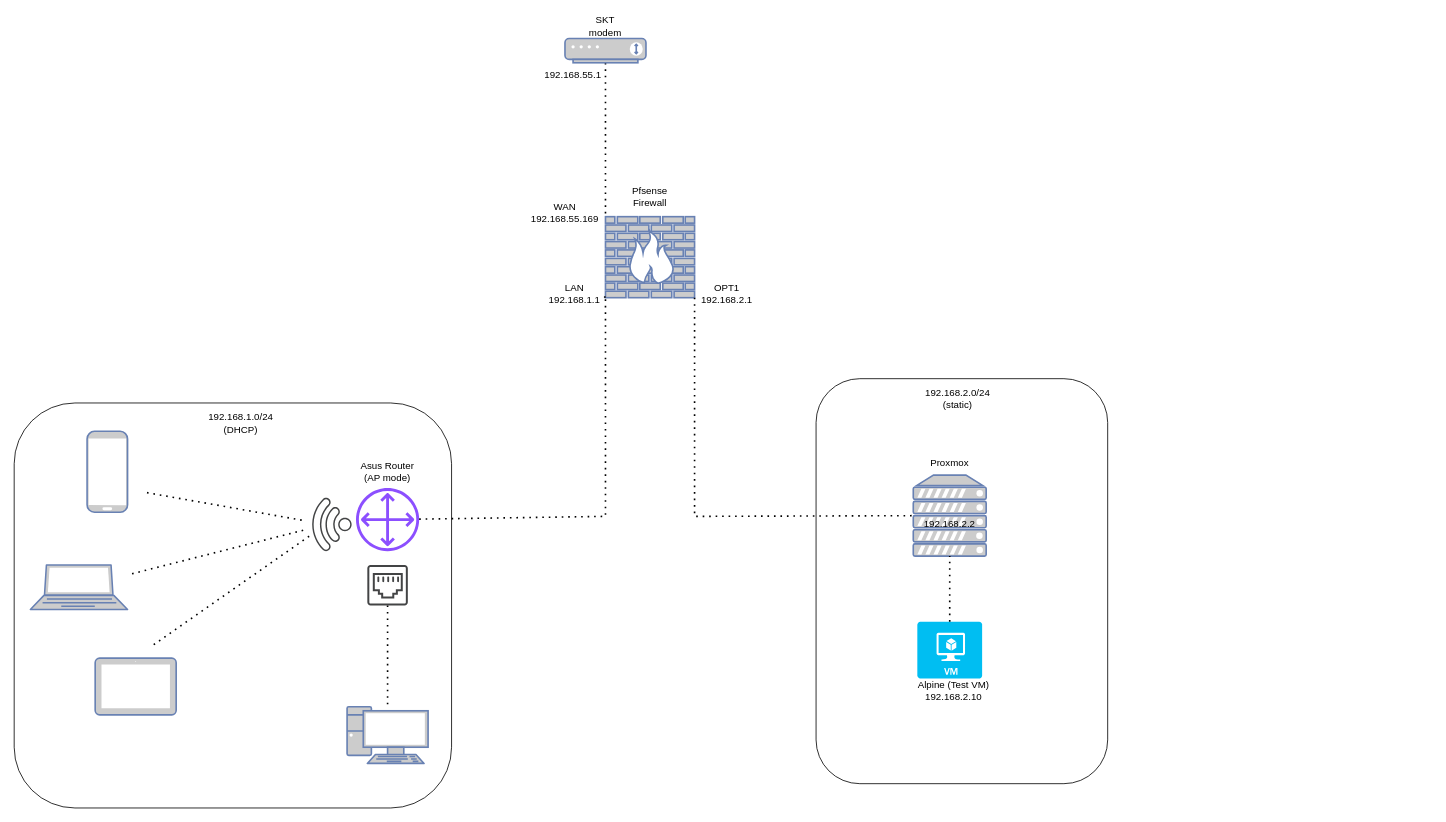
Earlier version of the draw.io diagram page "as-is" (1 of 2) of asdf.drawio (sudo-echo-jin/diagram). Source tidied: cells renumbered, new cells numbered last; positions are measured from the earlier drawing's top-left corner, leaving out a move shared by most shapes. Both pictures are drawn from the tidied source at 81%, with x=0, y=0 at pixel (14, 14).
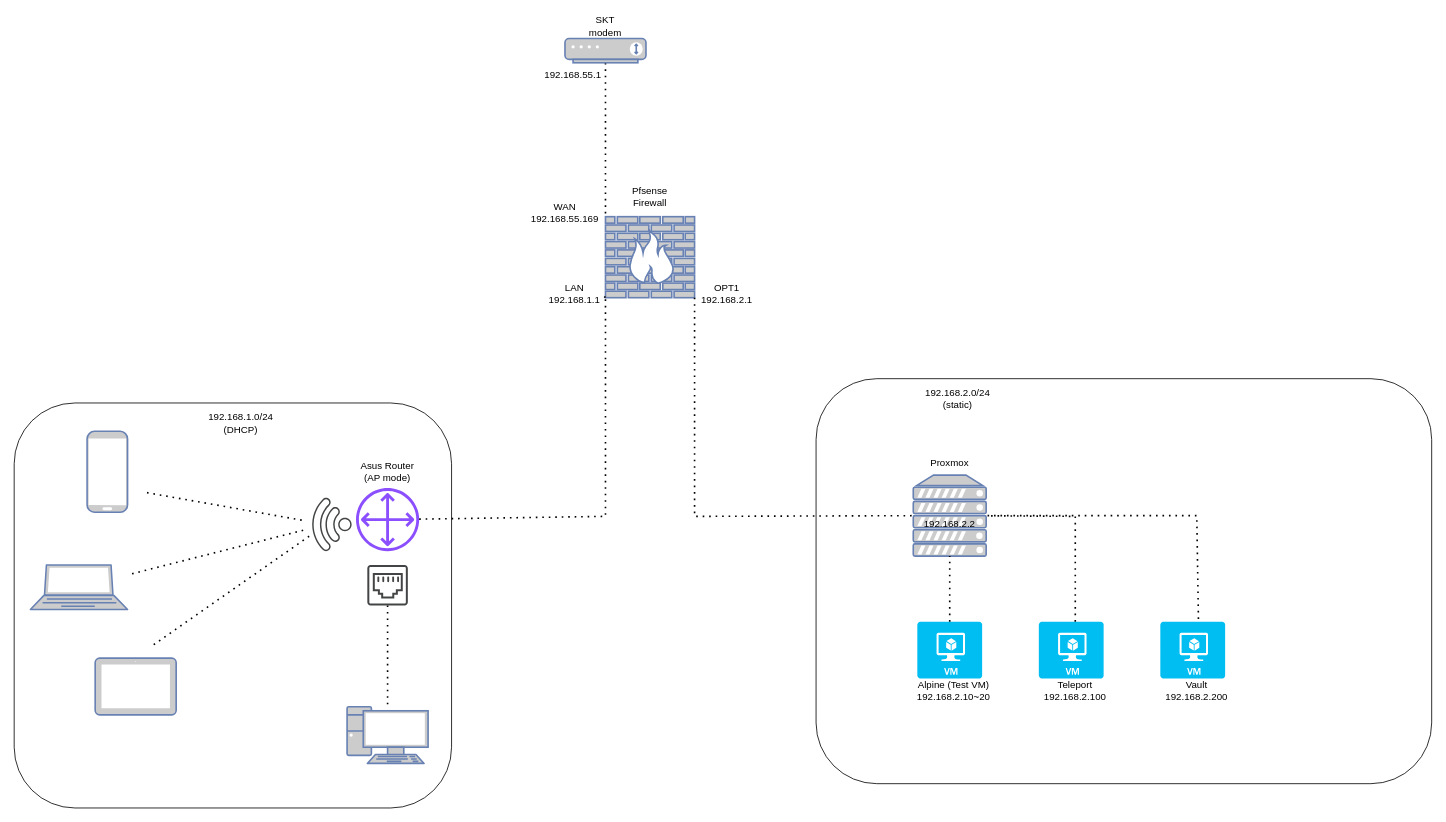
The same page after the edit.

The change refers to these unchanged cells:
```xml
<mxCell id="4" style="fontColor=#0066CC;verticalAlign=top;verticalLabelPosition=bottom;labelPosition=center;align=center;html=1;outlineConnect=0;fillColor=#CCCCCC;strokeColor=#6881B3;gradientColor=none;gradientDirection=north;strokeWidth=2;shape=mxgraph.networks.server;" parent="1" vertex="1">
  <mxGeometry x="1110" y="569" width="90" height="100" as="geometry" />
</mxCell>
<mxCell id="10" style="group;" parent="1" vertex="1">
  <mxGeometry x="1120" y="750" width="120" height="100" as="geometry" />
</mxCell>
```

Diff of the diagram source:
```diff
@@
     <mxCell id="2" style="rounded=1;whiteSpace=wrap;html=1;" parent="1" vertex="1">
-      <mxGeometry x="990" y="450" width="360" height="500" as="geometry" />
+      <mxGeometry x="990" y="450" width="760" height="500" as="geometry" />
     </mxCell>
@@
-    <mxCell id="12" value="Alpine (Test VM)&lt;div&gt;192.168.2.10&lt;/div&gt;" style="text;html=1;align=center;verticalAlign=middle;whiteSpace=wrap;rounded=0;" parent="10" vertex="1">
+    <mxCell id="12" value="Alpine (Test VM)&lt;div&gt;192.168.2.10~20&lt;/div&gt;" style="text;html=1;align=center;verticalAlign=middle;whiteSpace=wrap;rounded=0;" parent="10" vertex="1">
       <mxGeometry x="-15" y="70" width="110" height="30" as="geometry" />
     </mxCell>
@@
+    <mxCell id="39" style="group;" parent="1" vertex="1">
+      <mxGeometry x="1270" y="750" width="120" height="100" as="geometry" />
+    </mxCell>
+    <mxCell id="40" style="verticalLabelPosition=bottom;html=1;verticalAlign=top;align=center;strokeColor=none;fillColor=#00BEF2;shape=mxgraph.azure.virtual_machine;" parent="39" vertex="1">
+      <mxGeometry x="-5" width="80" height="70" as="geometry" />
+    </mxCell>
+    <mxCell id="41" value="&lt;div&gt;Teleport 192.168.2.100&lt;/div&gt;" style="text;html=1;align=center;verticalAlign=middle;whiteSpace=wrap;rounded=0;" parent="39" vertex="1">
+      <mxGeometry x="-15" y="70" width="110" height="30" as="geometry" />
+    </mxCell>
+    <mxCell id="42" style="group;" parent="1" vertex="1">
+      <mxGeometry x="1420" y="750" width="120" height="100" as="geometry" />
+    </mxCell>
+    <mxCell id="43" style="verticalLabelPosition=bottom;html=1;verticalAlign=top;align=center;strokeColor=none;fillColor=#00BEF2;shape=mxgraph.azure.virtual_machine;" parent="42" vertex="1">
+      <mxGeometry x="-5" width="80" height="70" as="geometry" />
+    </mxCell>
+    <mxCell id="44" value="&lt;div&gt;Vault&lt;/div&gt;&lt;div&gt;192.168.2.200&lt;/div&gt;" style="text;html=1;align=center;verticalAlign=middle;whiteSpace=wrap;rounded=0;" parent="42" vertex="1">
+      <mxGeometry x="-15" y="70" width="110" height="30" as="geometry" />
+    </mxCell>
+    <mxCell id="45" style="endArrow=none;dashed=1;html=1;dashPattern=1 3;strokeWidth=2;rounded=0;exitX=0.588;exitY=-0.048;exitDx=0;exitDy=0;exitPerimeter=0;" parent="1" edge="1" source="43" target="4">
+      <mxGeometry relative="1" as="geometry">
+        <Array as="points">
+          <mxPoint x="1460" y="619" />
+        </Array>
+      </mxGeometry>
+    </mxCell>
+    <mxCell id="46" style="endArrow=none;dashed=1;html=1;dashPattern=1 3;strokeWidth=2;rounded=0;exitX=0.5;exitY=0;exitDx=0;exitDy=0;exitPerimeter=0;" parent="1" edge="1" target="4">
+      <mxGeometry relative="1" as="geometry">
+        <mxPoint x="1310" y="750" as="sourcePoint" />
+        <Array as="points">
+          <mxPoint x="1310" y="620" />
+        </Array>
+      </mxGeometry>
+    </mxCell>
```
